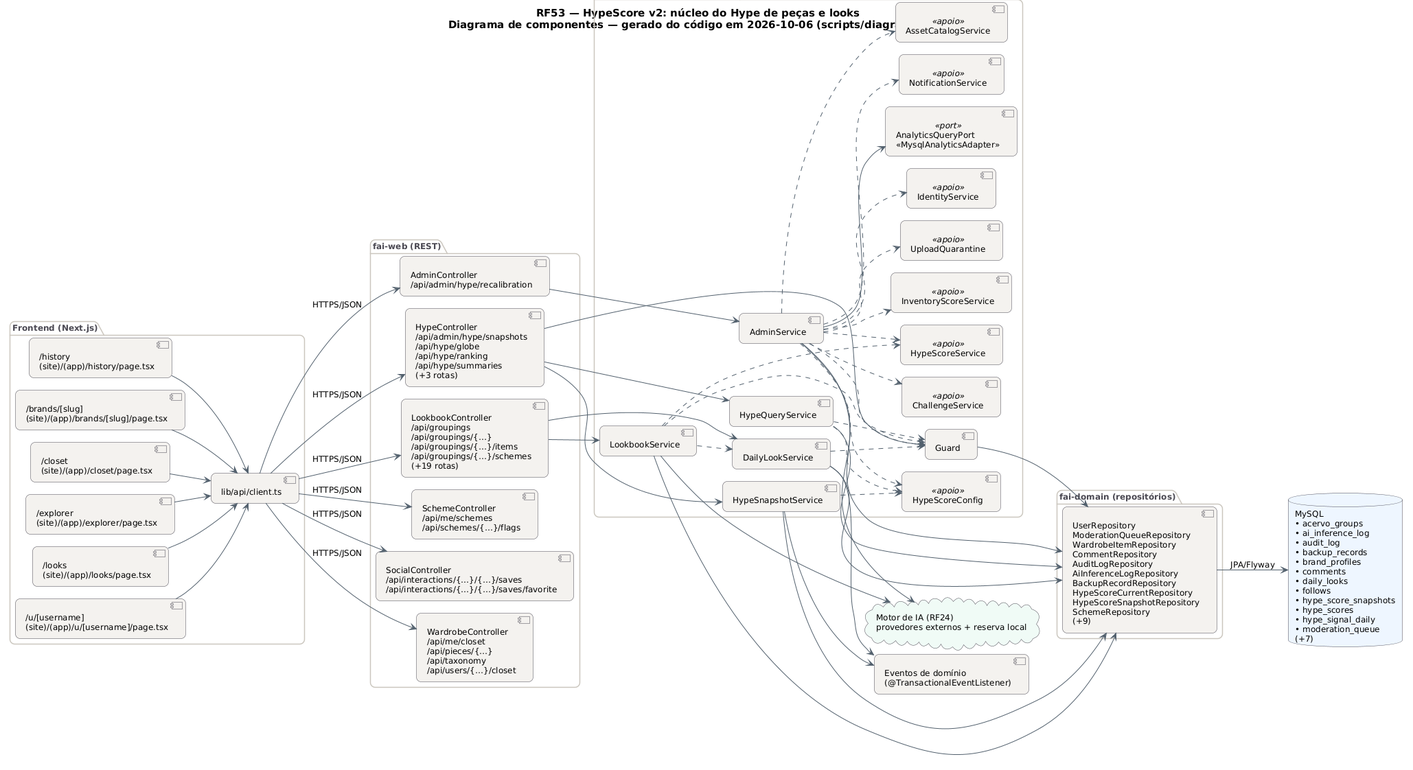
This is docs/diagramas/RF53/RF53_Componentes.png from MatheusHaliski/tcc-2026-fashion-ai-backend, a PlantUML export, as it was before one commit.
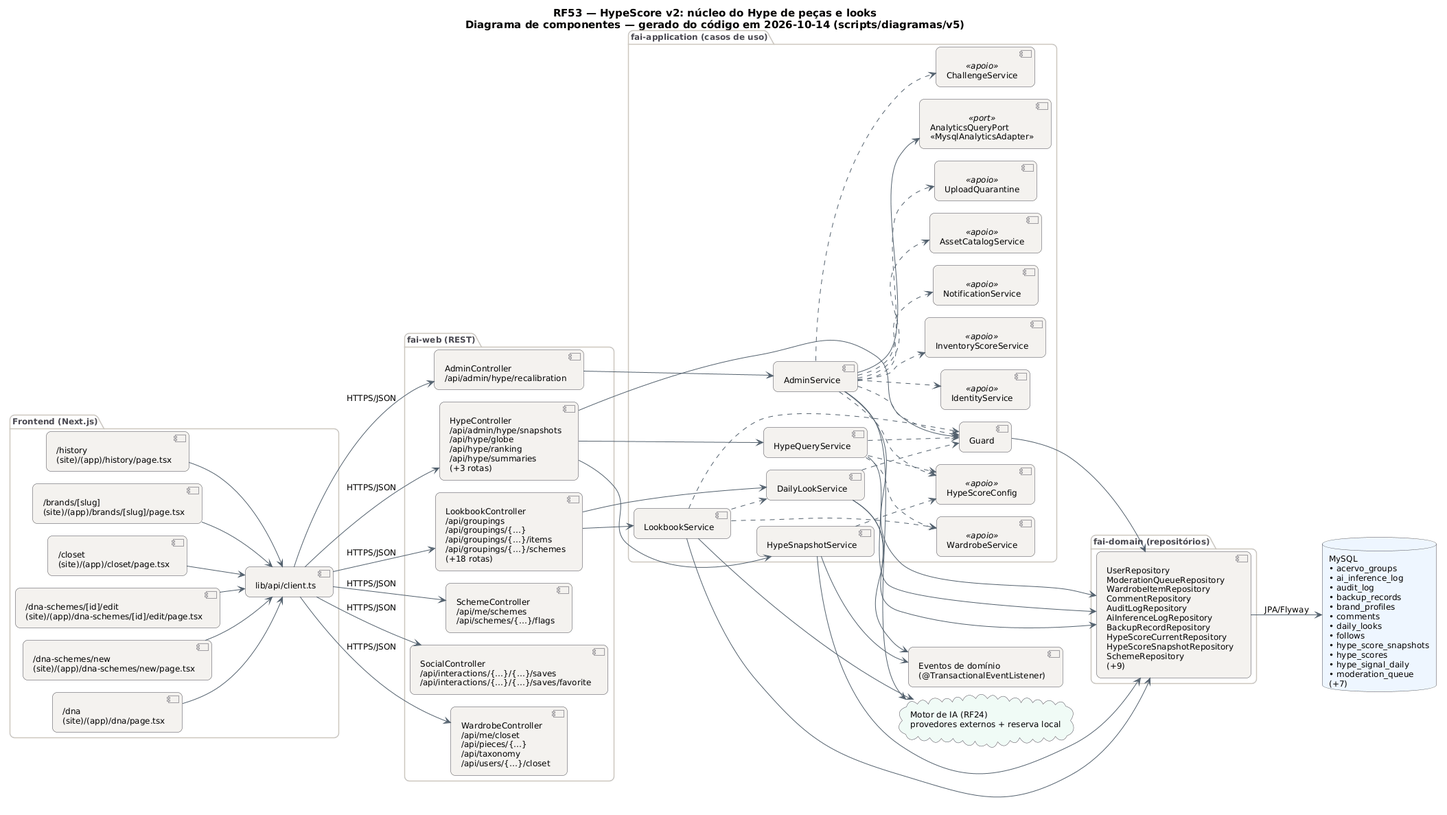
The same diagram one commit later.

Diff of the diagram source:
```diff
@@ -29,21 +29,21 @@
   BorderColor #4A4852
 }
 left to right direction
-title RF53 — HypeScore v2: núcleo do Hype de peças e looks\nDiagrama de componentes — gerado do código em 2026-10-06 (scripts/diagramas/v5)
+title RF53 — HypeScore v2: núcleo do Hype de peças e looks\nDiagrama de componentes — gerado do código em 2026-10-14 (scripts/diagramas/v5)
 
 package "Frontend (Next.js)" {
   component "/history\n(site)/(app)/history/page.tsx" as FE0
   component "/brands/[slug]\n(site)/(app)/brands/[slug]/page.tsx" as FE1
   component "/closet\n(site)/(app)/closet/page.tsx" as FE2
-  component "/explorer\n(site)/(app)/explorer/page.tsx" as FE3
-  component "/looks\n(site)/(app)/looks/page.tsx" as FE4
-  component "/u/[username]\n(site)/(app)/u/[username]/page.tsx" as FE5
+  component "/dna-schemes/[id]/edit\n(site)/(app)/dna-schemes/[id]/edit/page.tsx" as FE3
+  component "/dna-schemes/new\n(site)/(app)/dna-schemes/new/page.tsx" as FE4
+  component "/dna\n(site)/(app)/dna/page.tsx" as FE5
   component "lib/api/client.ts" as APIC
 }
 package "fai-web (REST)" {
   component "AdminController\n/api/admin/hype/recalibration" as AdminController
   component "HypeController\n/api/admin/hype/snapshots\n/api/hype/globe\n/api/hype/ranking\n/api/hype/summaries\n(+3 rotas)" as HypeController
-  component "LookbookController\n/api/groupings\n/api/groupings/{…}\n/api/groupings/{…}/items\n/api/groupings/{…}/schemes\n(+19 rotas)" as LookbookController
+  component "LookbookController\n/api/groupings\n/api/groupings/{…}\n/api/groupings/{…}/items\n/api/groupings/{…}/schemes\n(+18 rotas)" as LookbookController
   component "SchemeController\n/api/me/schemes\n/api/schemes/{…}/flags" as SchemeController
   component "SocialController\n/api/interactions/{…}/{…}/saves\n/api/interactions/{…}/{…}/saves/favorite" as SocialController
   component "WardrobeController\n/api/me/closet\n/api/pieces/{…}\n/api/taxonomy\n/api/users/{…}/closet" as WardrobeController
@@ -59,10 +59,10 @@
   component "NotificationService" as NotificationService <<apoio>>
   component "AssetCatalogService" as AssetCatalogService <<apoio>>
   component "ChallengeService" as ChallengeService <<apoio>>
-  component "HypeScoreService" as HypeScoreService <<apoio>>
   component "InventoryScoreService" as InventoryScoreService <<apoio>>
   component "UploadQuarantine" as UploadQuarantine <<apoio>>
   component "HypeScoreConfig" as HypeScoreConfig <<apoio>>
+  component "WardrobeService" as WardrobeService <<apoio>>
   component "AnalyticsQueryPort\n«MysqlAnalyticsAdapter»" as AnalyticsQueryPort <<port>>
 }
 package "fai-domain (repositórios)" {
@@ -85,7 +85,6 @@
 AdminService ..> ChallengeService
 AdminService ..> Guard
 AdminService ..> HypeScoreConfig
-AdminService ..> HypeScoreService
 AdminService ..> IdentityService
 AdminService ..> InventoryScoreService
 AdminService ..> NotificationService
@@ -106,6 +105,7 @@
 HypeQueryService --> REPO_MySQL
 HypeQueryService ..> Guard
 HypeQueryService ..> HypeScoreConfig
+HypeQueryService ..> WardrobeService
 HypeSnapshotService --> EV
 HypeSnapshotService --> REPO_MySQL
 HypeSnapshotService ..> HypeScoreConfig
@@ -115,6 +115,6 @@
 LookbookService --> REPO_MySQL
 LookbookService ..> DailyLookService
 LookbookService ..> Guard
-LookbookService ..> HypeScoreService
+LookbookService ..> WardrobeService
 REPO_MySQL --> DB_MySQL : JPA/Flyway
 @enduml
```
